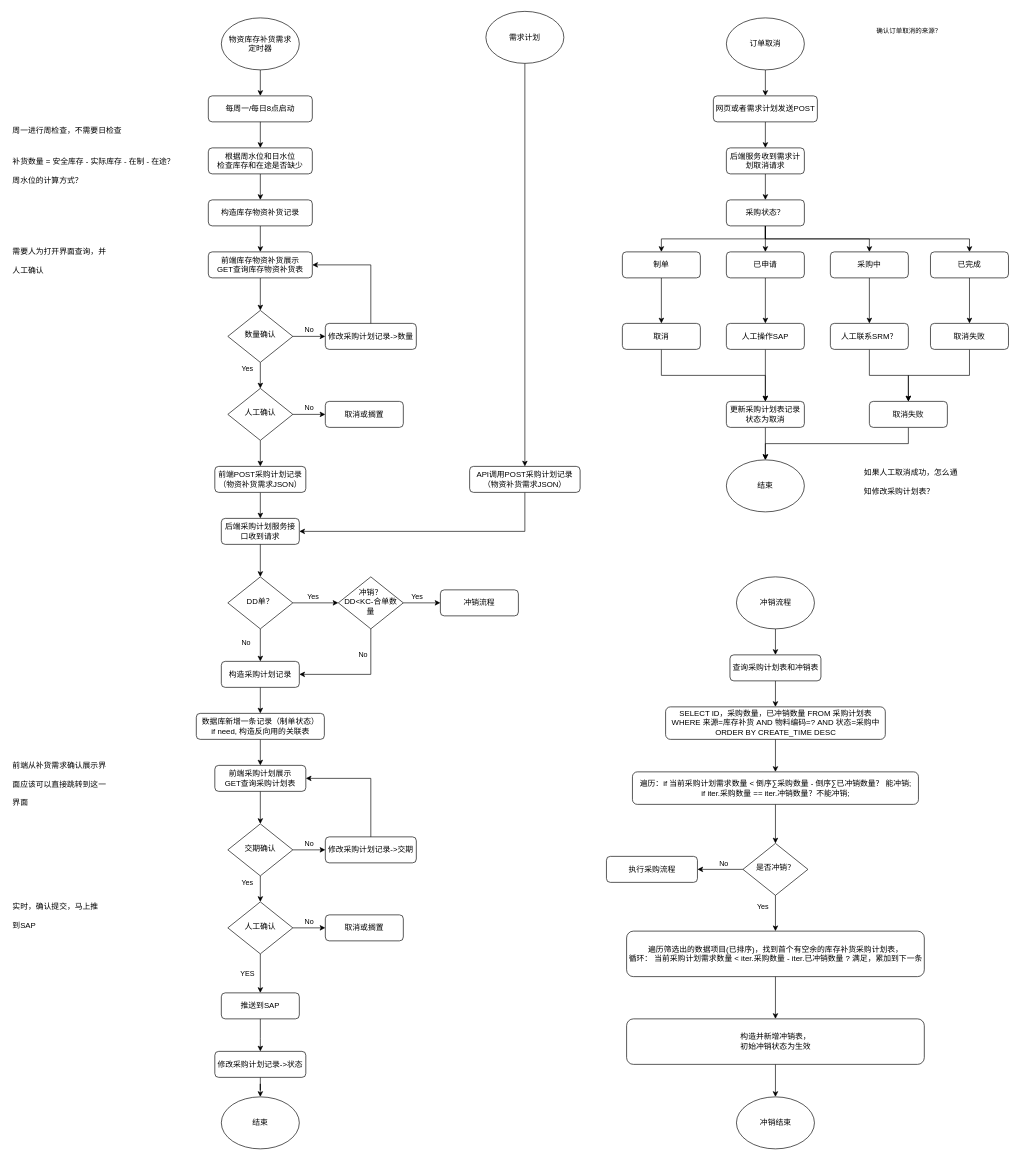
The draw.io diagram APS.drawio in CongMinYin/flow, before the edit. Source tidied: cells renumbered, new cells numbered last; positions are measured from the earlier drawing's top-left corner, leaving out a move shared by most shapes. Both pictures are drawn from the tidied source at 65%, with x=0, y=0 at pixel (11, 11).
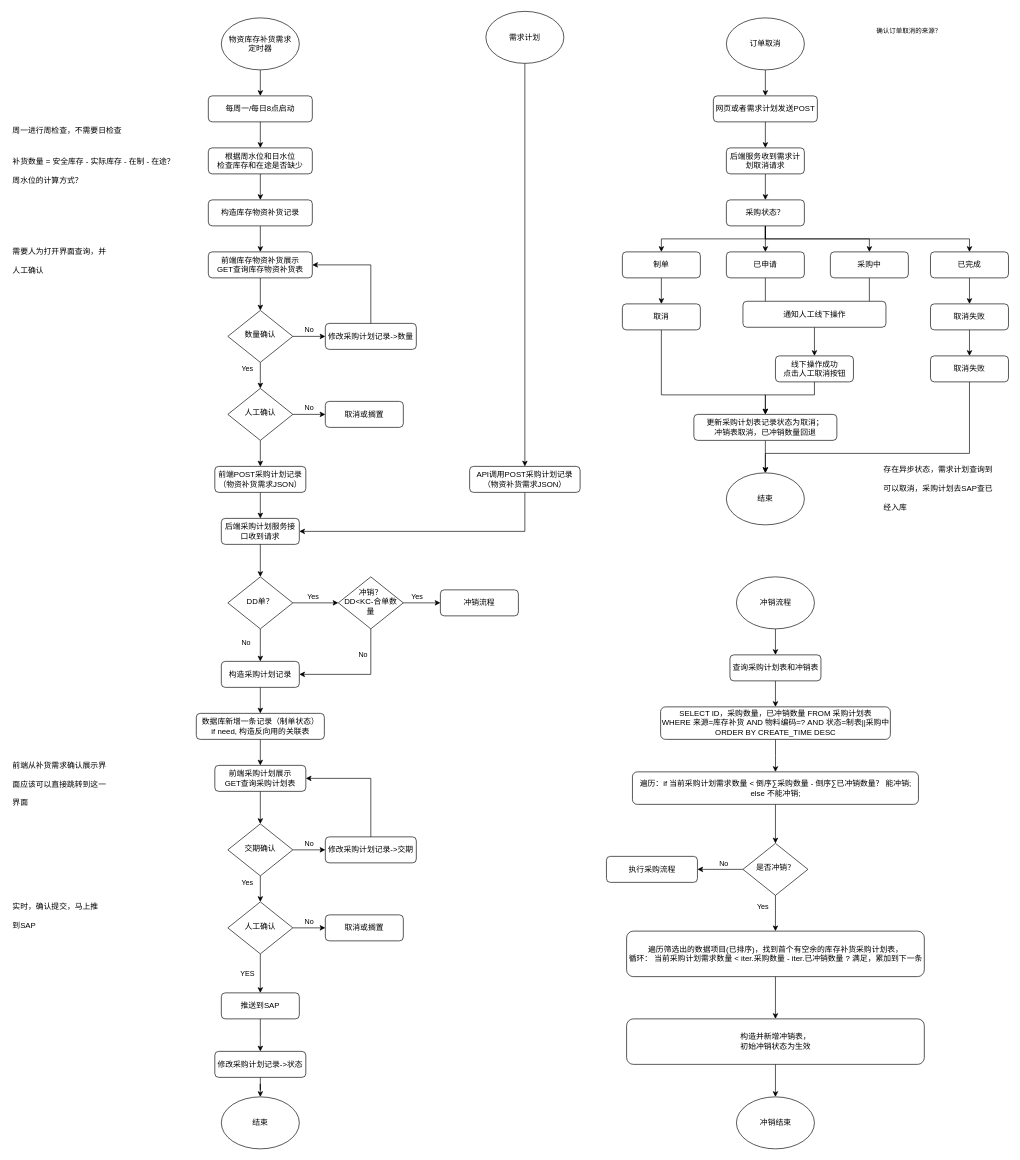
The same diagram, later.

The change refers to these unchanged cells:
```xml
<mxCell id="96" value="已申请" style="rounded=1;whiteSpace=wrap;html=1;fontSize=12;glass=0;strokeWidth=1;shadow=0;" parent="1" vertex="1">
  <mxGeometry x="1100" y="370" width="120" height="40" as="geometry" />
</mxCell>
<mxCell id="100" value="采购中" style="rounded=1;whiteSpace=wrap;html=1;fontSize=12;glass=0;strokeWidth=1;shadow=0;" parent="1" vertex="1">
  <mxGeometry x="1260" y="370" width="120" height="40" as="geometry" />
</mxCell>
```

Change to the diagram source:
```diff
@@
-    <mxCell id="69" value="&lt;article class=&quot;4ever-article&quot;&gt;&lt;span&gt;SELECT ID，采购数量，已冲销数量 FROM 采购计划表&lt;/span&gt;&lt;/article&gt;&lt;article class=&quot;4ever-article&quot;&gt;&lt;span&gt;WHERE 来源=库存补货 AND 物料编码=? AND 状态=采购中&lt;/span&gt;&lt;/article&gt;&lt;article class=&quot;4ever-article&quot;&gt;&lt;span&gt;ORDER BY CREATE_TIME DESC&lt;/span&gt;&lt;/article&gt;" style="rounded=1;whiteSpace=wrap;html=1;fontSize=12;glass=0;strokeWidth=1;shadow=0;" parent="1" vertex="1">
-      <mxGeometry x="1006.5" y="1070" width="338" height="50" as="geometry" />
+    <mxCell id="69" value="&lt;article class=&quot;4ever-article&quot;&gt;&lt;span&gt;SELECT ID，采购数量，已冲销数量 FROM 采购计划表&lt;/span&gt;&lt;/article&gt;&lt;article class=&quot;4ever-article&quot;&gt;&lt;span&gt;WHERE 来源=库存补货 AND 物料编码=? AND 状态=制表||采购中&lt;/span&gt;&lt;/article&gt;&lt;article class=&quot;4ever-article&quot;&gt;&lt;span&gt;ORDER BY CREATE_TIME DESC&lt;/span&gt;&lt;/article&gt;" style="rounded=1;whiteSpace=wrap;html=1;fontSize=12;glass=0;strokeWidth=1;shadow=0;" parent="1" vertex="1">
+      <mxGeometry x="998.8" y="1070" width="353.5" height="50" as="geometry" />
     </mxCell>
@@
-    <mxCell id="71" value="&lt;article class=&quot;4ever-article&quot;&gt;&lt;span&gt;遍历：if 当前采购计划需求数量 &amp;lt;&amp;nbsp;&lt;/span&gt;&lt;span style=&quot;background-color: transparent; color: light-dark(rgb(0, 0, 0), rgb(255, 255, 255));&quot;&gt;倒序∑采购数量 - 倒序&lt;/span&gt;&lt;span style=&quot;background-color: transparent; color: light-dark(rgb(0, 0, 0), rgb(255, 255, 255));&quot;&gt;∑已冲销数量？ 能冲销;&lt;/span&gt;&lt;/article&gt;&lt;article class=&quot;4ever-article&quot;&gt;&lt;span style=&quot;background-color: transparent; color: light-dark(rgb(0, 0, 0), rgb(255, 255, 255));&quot;&gt;if iter.采购数量 == iter.冲销数量？不能冲销&lt;/span&gt;&lt;span style=&quot;background-color: transparent; color: light-dark(rgb(0, 0, 0), rgb(255, 255, 255));&quot;&gt;;&lt;/span&gt;&lt;/article&gt;" style="rounded=1;whiteSpace=wrap;html=1;fontSize=12;glass=0;strokeWidth=1;shadow=0;" parent="1" vertex="1">
+    <mxCell id="71" value="&lt;article class=&quot;4ever-article&quot;&gt;&lt;span&gt;遍历：if 当前采购计划需求数量 &amp;lt;&amp;nbsp;&lt;/span&gt;&lt;span style=&quot;background-color: transparent; color: light-dark(rgb(0, 0, 0), rgb(255, 255, 255));&quot;&gt;倒序∑采购数量 - 倒序&lt;/span&gt;&lt;span style=&quot;background-color: transparent; color: light-dark(rgb(0, 0, 0), rgb(255, 255, 255));&quot;&gt;∑已冲销数量？ 能冲销;&lt;/span&gt;&lt;/article&gt;&lt;article class=&quot;4ever-article&quot;&gt;&lt;span style=&quot;background-color: transparent; color: light-dark(rgb(0, 0, 0), rgb(255, 255, 255));&quot;&gt;else 不能冲销&lt;/span&gt;&lt;span style=&quot;background-color: transparent; color: light-dark(rgb(0, 0, 0), rgb(255, 255, 255));&quot;&gt;;&lt;/span&gt;&lt;/article&gt;" style="rounded=1;whiteSpace=wrap;html=1;fontSize=12;glass=0;strokeWidth=1;shadow=0;" parent="1" vertex="1">
       <mxGeometry x="955.5" y="1170" width="440" height="50" as="geometry" />
     </mxCell>
@@
-    <mxCell id="95" style="edgeStyle=orthogonalEdgeStyle;rounded=0;jettySize=auto;html=1;exitX=0.5;exitY=1;exitDx=0;exitDy=0;entryX=0.5;entryY=0;entryDx=0;entryDy=0;" parent="1" edge="1" source="96" target="106">
-      <mxGeometry relative="1" as="geometry" />
+    <mxCell id="95" style="edgeStyle=orthogonalEdgeStyle;rounded=0;jettySize=auto;html=1;exitX=0.5;exitY=1;exitDx=0;exitDy=0;entryX=0.5;entryY=0;entryDx=0;entryDy=0;" parent="1" edge="1" source="96">
+      <mxGeometry relative="1" as="geometry">
+        <mxPoint x="1160" y="480" as="targetPoint" />
+      </mxGeometry>
     </mxCell>
@@
-    <mxCell id="99" style="edgeStyle=orthogonalEdgeStyle;rounded=0;jettySize=auto;html=1;exitX=0.5;exitY=1;exitDx=0;exitDy=0;entryX=0.5;entryY=0;entryDx=0;entryDy=0;" parent="1" edge="1" source="100" target="108">
-      <mxGeometry relative="1" as="geometry" />
+    <mxCell id="99" style="edgeStyle=orthogonalEdgeStyle;rounded=0;jettySize=auto;html=1;exitX=0.5;exitY=1;exitDx=0;exitDy=0;entryX=0.5;entryY=0;entryDx=0;entryDy=0;" parent="1" edge="1" source="100">
+      <mxGeometry relative="1" as="geometry">
+        <mxPoint x="1320" y="480" as="targetPoint" />
+      </mxGeometry>
     </mxCell>
@@
     <mxCell id="103" style="edgeStyle=orthogonalEdgeStyle;rounded=0;jettySize=auto;html=1;exitX=0.5;exitY=1;exitDx=0;exitDy=0;" parent="1" edge="1" source="104" target="112">
-      <mxGeometry relative="1" as="geometry" />
+      <mxGeometry relative="1" as="geometry">
+        <Array as="points">
+          <mxPoint x="1000" y="590" />
+          <mxPoint x="1160" y="590" />
+        </Array>
+      </mxGeometry>
     </mxCell>
     <mxCell id="104" value="取消" style="rounded=1;whiteSpace=wrap;html=1;fontSize=12;glass=0;strokeWidth=1;shadow=0;" parent="1" vertex="1">
-      <mxGeometry x="940" y="480" width="120" height="40" as="geometry" />
+      <mxGeometry x="940" y="450" width="120" height="40" as="geometry" />
     </mxCell>
-    <mxCell id="105" style="edgeStyle=orthogonalEdgeStyle;rounded=0;jettySize=auto;html=1;exitX=0.5;exitY=1;exitDx=0;exitDy=0;" parent="1" edge="1" source="106">
-      <mxGeometry relative="1" as="geometry">
-        <mxPoint x="1160" y="600" as="targetPoint" />
-      </mxGeometry>
-    </mxCell>
-    <mxCell id="106" value="人工操作SAP" style="rounded=1;whiteSpace=wrap;html=1;fontSize=12;glass=0;strokeWidth=1;shadow=0;" parent="1" vertex="1">
-      <mxGeometry x="1100" y="480" width="120" height="40" as="geometry" />
-    </mxCell>
-    <mxCell id="107" style="edgeStyle=orthogonalEdgeStyle;rounded=0;jettySize=auto;html=1;exitX=0.5;exitY=1;exitDx=0;exitDy=0;entryX=0.5;entryY=0;entryDx=0;entryDy=0;" parent="1" edge="1" source="108" target="115">
-      <mxGeometry relative="1" as="geometry" />
-    </mxCell>
-    <mxCell id="108" value="人工联系SRM？" style="rounded=1;whiteSpace=wrap;html=1;fontSize=12;glass=0;strokeWidth=1;shadow=0;" parent="1" vertex="1">
-      <mxGeometry x="1260" y="480" width="120" height="40" as="geometry" />
-    </mxCell>
@@
     <mxCell id="110" value="取消失败" style="rounded=1;whiteSpace=wrap;html=1;fontSize=12;glass=0;strokeWidth=1;shadow=0;" parent="1" vertex="1">
-      <mxGeometry x="1414" y="480" width="120" height="40" as="geometry" />
+      <mxGeometry x="1414" y="450" width="120" height="40" as="geometry" />
     </mxCell>
@@
-    <mxCell id="112" value="更新采购计划表记录状态为取消" style="rounded=1;whiteSpace=wrap;html=1;fontSize=12;glass=0;strokeWidth=1;shadow=0;" parent="1" vertex="1">
-      <mxGeometry x="1100" y="600" width="120" height="40" as="geometry" />
+    <mxCell id="112" value="更新采购计划表记录状态为取消；&lt;div&gt;冲销表取消，已冲销数量回退&lt;/div&gt;" style="rounded=1;whiteSpace=wrap;html=1;fontSize=12;glass=0;strokeWidth=1;shadow=0;" parent="1" vertex="1">
+      <mxGeometry x="1050" y="620" width="220" height="40" as="geometry" />
     </mxCell>
     <mxCell id="113" value="&lt;span style=&quot;background-color: transparent; color: light-dark(rgb(0, 0, 0), rgb(255, 255, 255));&quot;&gt;结束&lt;/span&gt;" style="ellipse;whiteSpace=wrap;html=1;" parent="1" vertex="1">
-      <mxGeometry x="1100" y="690" width="120" height="80" as="geometry" />
+      <mxGeometry x="1100" y="710" width="120" height="80" as="geometry" />
     </mxCell>
     <mxCell id="114" style="edgeStyle=orthogonalEdgeStyle;rounded=0;jettySize=auto;html=1;exitX=0.5;exitY=1;exitDx=0;exitDy=0;entryX=0.5;entryY=0;entryDx=0;entryDy=0;" parent="1" edge="1" source="115" target="113">
-      <mxGeometry relative="1" as="geometry" />
+      <mxGeometry relative="1" as="geometry">
+        <Array as="points">
+          <mxPoint x="1474" y="680" />
+          <mxPoint x="1160" y="680" />
+        </Array>
+      </mxGeometry>
     </mxCell>
     <mxCell id="115" value="取消失败" style="rounded=1;whiteSpace=wrap;html=1;fontSize=12;glass=0;strokeWidth=1;shadow=0;" parent="1" vertex="1">
-      <mxGeometry x="1320" y="600" width="120" height="40" as="geometry" />
+      <mxGeometry x="1414" y="530" width="120" height="40" as="geometry" />
     </mxCell>
-    <mxCell id="116" value="&lt;h1 style=&quot;margin-top: 0px;&quot;&gt;&lt;span style=&quot;background-color: transparent; color: light-dark(rgb(0, 0, 0), rgb(255, 255, 255)); font-size: 12px; font-weight: normal;&quot;&gt;如果人工取消成功，怎么通知修改采购计划表？&lt;/span&gt;&lt;/h1&gt;" style="text;html=1;whiteSpace=wrap;overflow=hidden;rounded=0;" parent="1" vertex="1">
-      <mxGeometry x="1310" y="685" width="150" height="90" as="geometry" />
+    <mxCell id="116" value="&lt;h1 style=&quot;margin-top: 0px;&quot;&gt;&lt;span style=&quot;background-color: transparent; color: light-dark(rgb(0, 0, 0), rgb(255, 255, 255)); font-size: 12px; font-weight: normal;&quot;&gt;存在异步状态，需求计划查询到可以取消，采购计划去SAP查已经入库&lt;/span&gt;&lt;/h1&gt;" style="text;html=1;whiteSpace=wrap;overflow=hidden;rounded=0;" parent="1" vertex="1">
+      <mxGeometry x="1340" y="680" width="172.2" height="100" as="geometry" />
     </mxCell>
+    <mxCell id="117" style="edgeStyle=orthogonalEdgeStyle;rounded=0;jettySize=auto;html=1;exitX=0.5;exitY=1;exitDx=0;exitDy=0;entryX=0.5;entryY=0;entryDx=0;entryDy=0;" parent="1" edge="1" source="118" target="120">
+      <mxGeometry relative="1" as="geometry" />
+    </mxCell>
+    <mxCell id="118" value="通知人工线下操作" style="rounded=1;whiteSpace=wrap;html=1;fontSize=12;glass=0;strokeWidth=1;shadow=0;" parent="1" vertex="1">
+      <mxGeometry x="1125.5" y="446" width="220" height="40" as="geometry" />
+    </mxCell>
+    <mxCell id="119" style="edgeStyle=orthogonalEdgeStyle;rounded=0;jettySize=auto;html=1;exitX=0.5;exitY=1;exitDx=0;exitDy=0;" parent="1" edge="1" source="120">
+      <mxGeometry relative="1" as="geometry">
+        <mxPoint x="1160" y="620" as="targetPoint" />
+        <Array as="points">
+          <mxPoint x="1236" y="590" />
+          <mxPoint x="1160" y="590" />
+        </Array>
+      </mxGeometry>
+    </mxCell>
+    <mxCell id="120" value="线下操作成功&lt;div&gt;点击人工取消按钮&lt;/div&gt;" style="rounded=1;whiteSpace=wrap;html=1;fontSize=12;glass=0;strokeWidth=1;shadow=0;" parent="1" vertex="1">
+      <mxGeometry x="1175.5" y="530" width="120" height="40" as="geometry" />
+    </mxCell>
```
